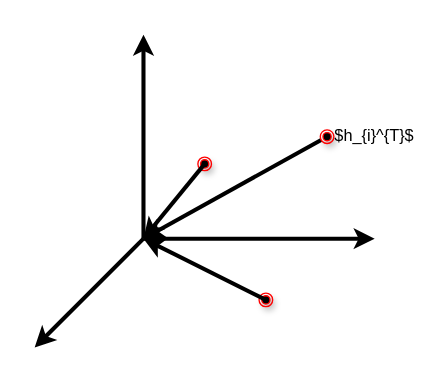
Before: page "第 2 页" (2 of 2) of acti-KD.drawio in Noeverer/Mindmap, a draw.io diagram. Source tidied: cells renumbered, new cells numbered last; positions are measured from the earlier drawing's top-left corner, leaving out a move shared by most shapes. Both pictures are drawn from the tidied source at 136%, with x=0, y=0 at pixel (34, 34).
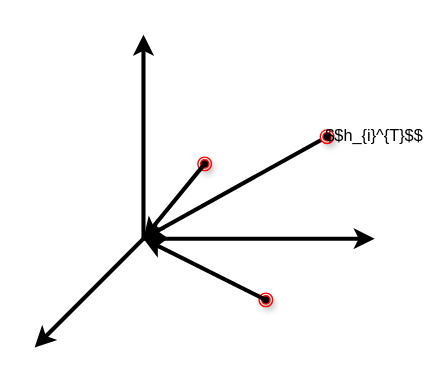
After the change.

Change to the diagram source:
```diff
@@
 <mxGraphModel>
   <root>
     <mxCell id="0" />
     <mxCell id="1" parent="0" />
     <mxCell id="2" style="endArrow=classic;html=1;strokeWidth=3;" parent="1" edge="1">
       <mxGeometry relative="1" as="geometry">
         <mxPoint x="80" y="150" as="sourcePoint" />
         <mxPoint x="80" as="targetPoint" />
       </mxGeometry>
     </mxCell>
     <mxCell id="3" style="endArrow=classic;html=1;strokeWidth=3;" parent="1" edge="1">
       <mxGeometry relative="1" as="geometry">
         <mxPoint x="80" y="150" as="sourcePoint" />
         <mxPoint x="250" y="150" as="targetPoint" />
       </mxGeometry>
     </mxCell>
     <mxCell id="4" style="endArrow=classic;html=1;strokeWidth=3;" parent="1" edge="1">
       <mxGeometry relative="1" as="geometry">
         <mxPoint x="80" y="150" as="sourcePoint" />
         <mxPoint y="230" as="targetPoint" />
       </mxGeometry>
     </mxCell>
     <mxCell id="5" style="ellipse;html=1;shape=endState;fillColor=#000000;strokeColor=#ff0000;shadow=1;" parent="1" vertex="1">
       <mxGeometry x="120" y="90" width="10" height="10" as="geometry" />
     </mxCell>
     <mxCell id="6" style="ellipse;html=1;shape=endState;fillColor=#000000;strokeColor=#ff0000;shadow=1;" parent="1" vertex="1">
       <mxGeometry x="165" y="190" width="10" height="10" as="geometry" />
     </mxCell>
     <mxCell id="7" style="endArrow=classic;html=1;strokeWidth=3;" parent="1" edge="1">
       <mxGeometry relative="1" as="geometry">
         <mxPoint x="170" y="195" as="sourcePoint" />
         <mxPoint x="80" y="150" as="targetPoint" />
       </mxGeometry>
     </mxCell>
     <mxCell id="8" style="endArrow=classic;html=1;strokeWidth=3;" parent="1" edge="1">
       <mxGeometry relative="1" as="geometry">
         <mxPoint x="125" y="95" as="sourcePoint" />
         <mxPoint x="80" y="150" as="targetPoint" />
       </mxGeometry>
     </mxCell>
     <mxCell id="9" style="endArrow=classic;html=1;strokeWidth=3;" parent="1" edge="1" source="10">
       <mxGeometry relative="1" as="geometry">
         <mxPoint x="80" y="150" as="targetPoint" />
       </mxGeometry>
     </mxCell>
     <mxCell id="10" style="ellipse;html=1;shape=endState;fillColor=#000000;strokeColor=#ff0000;shadow=1;" parent="1" vertex="1">
       <mxGeometry x="210" y="70" width="10" height="10" as="geometry" />
     </mxCell>
-    <mxCell id="11" value="$h_{i}^{T}$" style="text;html=1;strokeColor=none;fillColor=none;align=center;verticalAlign=middle;whiteSpace=wrap;rounded=0;shadow=1;" parent="1" vertex="1">
+    <mxCell id="11" value="$$h_{i}^{T}$$" style="text;html=1;strokeColor=none;fillColor=none;align=center;verticalAlign=middle;whiteSpace=wrap;rounded=0;shadow=1;" parent="1" vertex="1">
       <mxGeometry x="230" y="65" width="40" height="20" as="geometry" />
     </mxCell>
   </root>
 </mxGraphModel>
```
